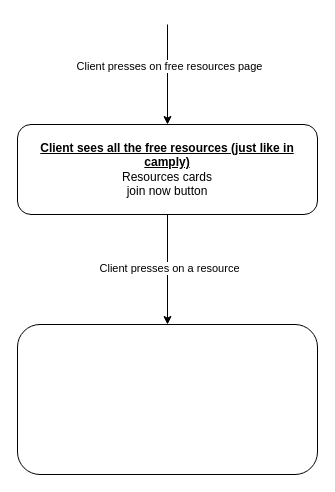
Before: page "FreeResourcesPage" (5 of 9) of Untitled Diagram.drawio in tariq7299/ArabicApp, a draw.io diagram. Source tidied: cells renumbered, new cells numbered last; positions are measured from the earlier drawing's top-left corner, leaving out a move shared by most shapes. Both pictures are drawn from the tidied source at 100%, with x=0, y=0 at pixel (17, 24).
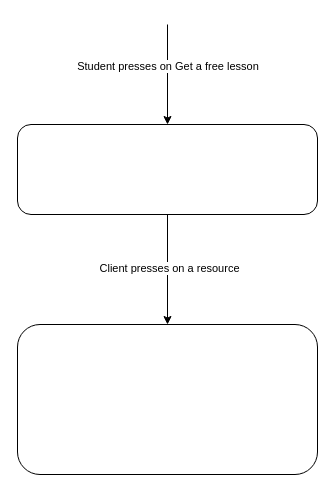
Above is the later version.

What changed in the source:
```diff
@@
 <mxGraphModel>
   <root>
     <mxCell id="0" />
     <mxCell id="1" parent="0" />
     <mxCell id="2" style="edgeStyle=none;jettySize=auto;html=1;rounded=0;" parent="1" edge="1" target="6">
       <mxGeometry relative="1" as="geometry">
         <mxPoint x="150" as="sourcePoint" />
       </mxGeometry>
     </mxCell>
-    <mxCell id="3" value="Client presses on free resources page" style="edgeLabel;html=1;align=center;verticalAlign=middle;" parent="2" vertex="1">
+    <mxCell id="3" value="Student presses on Get a free lesson&amp;nbsp;" style="edgeLabel;html=1;align=center;verticalAlign=middle;" parent="2" vertex="1">
       <mxGeometry x="-0.19" y="1" relative="1" as="geometry" />
     </mxCell>
     <mxCell id="4" style="edgeStyle=orthogonalEdgeStyle;rounded=0;jettySize=auto;html=1;" parent="1" edge="1" source="6" target="7">
       <mxGeometry relative="1" as="geometry" />
     </mxCell>
     <mxCell id="5" value="Client presses on a resource" style="edgeLabel;html=1;align=center;verticalAlign=middle;" parent="4" vertex="1">
       <mxGeometry x="-0.03" y="1" relative="1" as="geometry" />
     </mxCell>
-    <mxCell id="6" value="&lt;b&gt;&lt;u&gt;Client sees all the free resources (just like in camply)&lt;/u&gt;&lt;/b&gt;&lt;div&gt;Resources cards&lt;/div&gt;&lt;div&gt;join now button&lt;/div&gt;" style="rounded=1;whiteSpace=wrap;html=1;" parent="1" vertex="1">
+    <mxCell id="6" style="rounded=1;whiteSpace=wrap;html=1;" parent="1" vertex="1">
       <mxGeometry y="100" width="300" height="90" as="geometry" />
     </mxCell>
     <mxCell id="7" style="rounded=1;whiteSpace=wrap;html=1;" parent="1" vertex="1">
       <mxGeometry y="300" width="300" height="150" as="geometry" />
     </mxCell>
   </root>
 </mxGraphModel>
```
